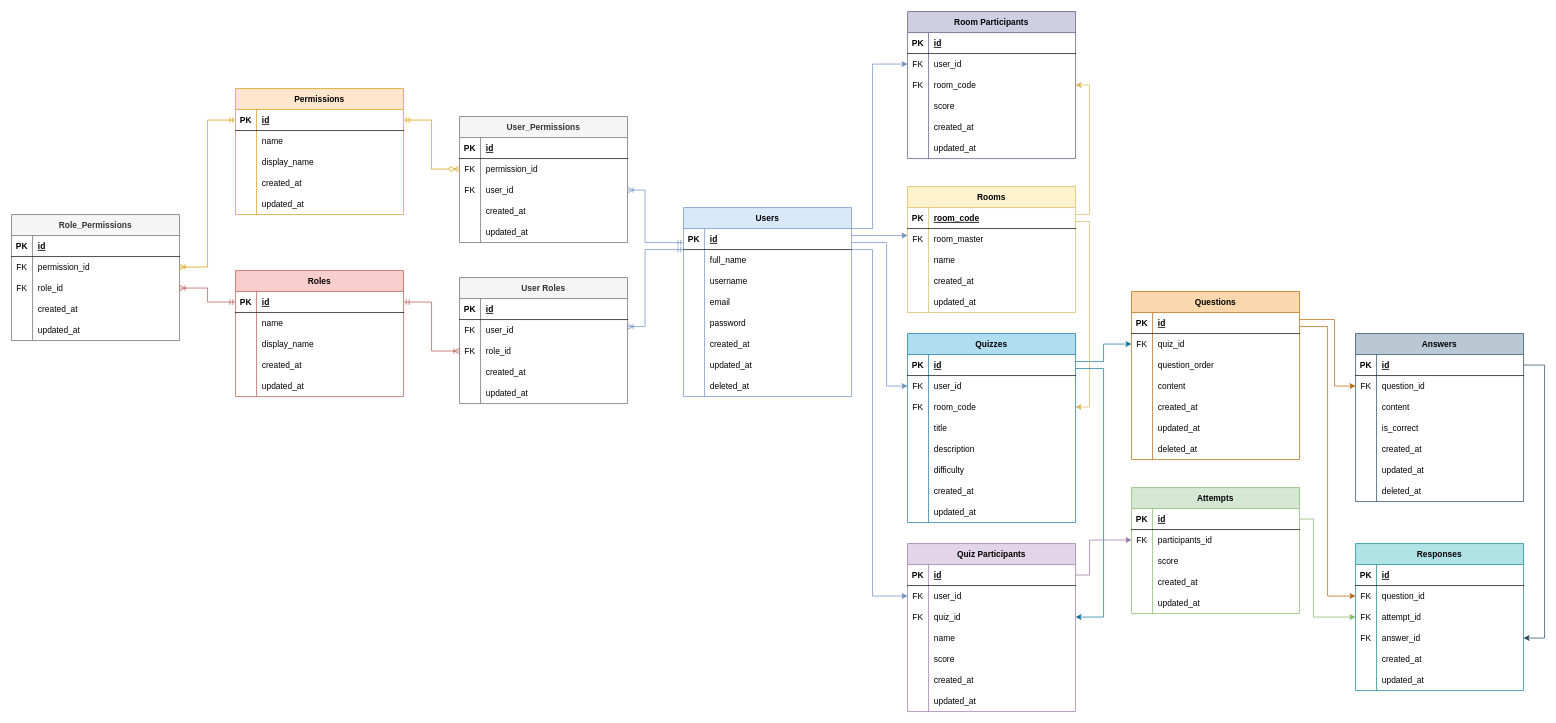
This is page "Main-Table" (1 of 2) of databases/erd.drawio from DzakiyDzakwan/Quiz-Application-API, a draw.io file, before an edit. Source tidied: cells renumbered, new cells numbered last; positions are measured from the earlier drawing's top-left corner, leaving out a move shared by most shapes. Both pictures are drawn from the tidied source at 70%, with x=0, y=0 at pixel (11, 11).
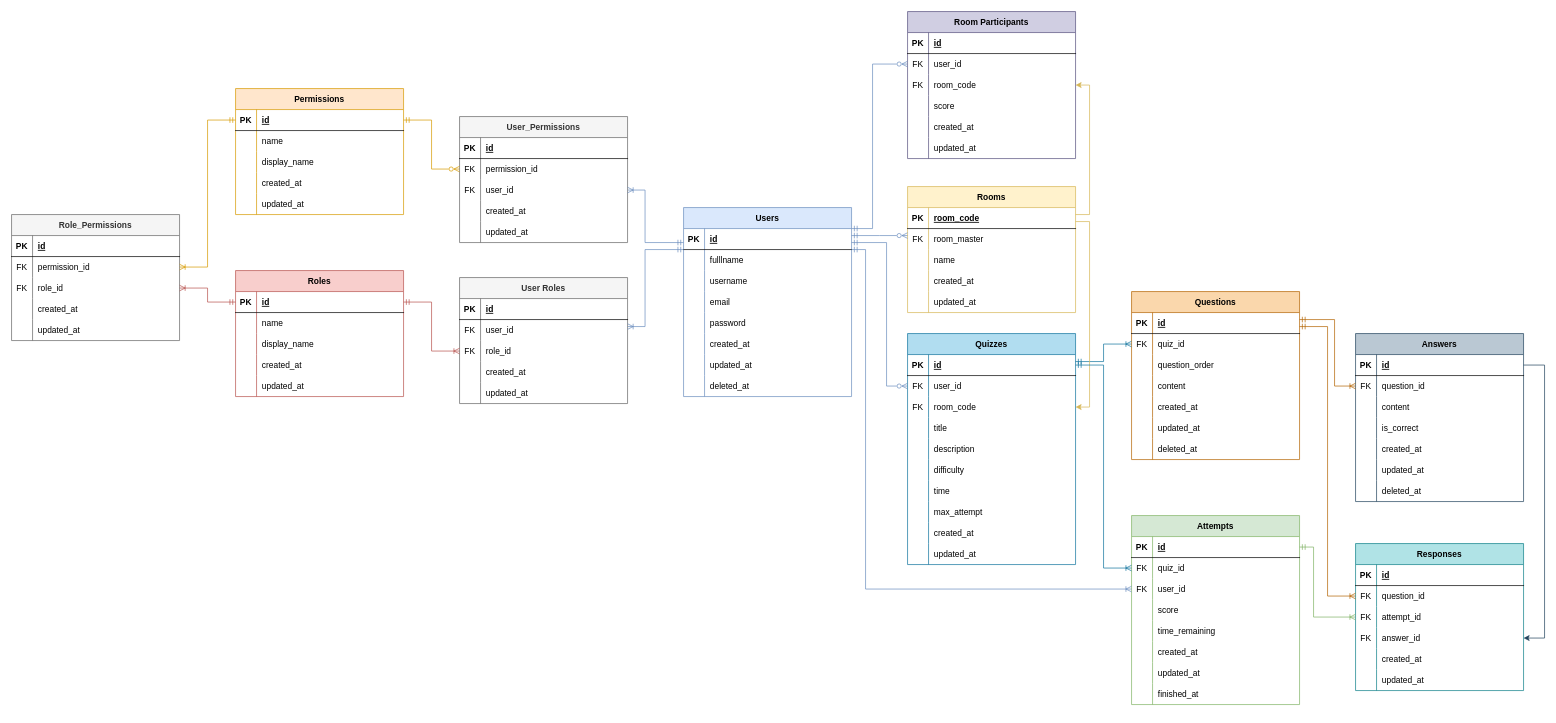
After the change.

The change refers to these unchanged cells:
```xml
<mxCell id="3" style="shape=partialRectangle;fillColor=none;points=[[0,0.5],[1,0.5]];portConstraint=eastwest;top=0;left=0;right=0;bottom=1;" parent="2" vertex="1">
  <mxGeometry y="30" width="240" height="30" as="geometry" />
</mxCell>
<mxCell id="6" style="shape=partialRectangle;fillColor=none;top=0;left=0;right=0;bottom=0;" parent="2" vertex="1">
  <mxGeometry y="60" width="240" height="30" as="geometry" />
</mxCell>
<mxCell id="28" style="shape=partialRectangle;fillColor=none;points=[[0,0.5],[1,0.5]];portConstraint=eastwest;top=0;left=0;right=0;bottom=1;" parent="27" vertex="1">
  <mxGeometry y="30" width="240" height="30" as="geometry" />
</mxCell>
<mxCell id="31" style="shape=partialRectangle;fillColor=none;points=[[0,0.5],[1,0.5]];portConstraint=eastwest;top=0;left=0;right=0;bottom=0;" parent="27" vertex="1">
  <mxGeometry y="60" width="240" height="30" as="geometry" />
</mxCell>
<mxCell id="50" style="shape=partialRectangle;fillColor=none;points=[[0,0.5],[1,0.5]];portConstraint=eastwest;top=0;left=0;right=0;bottom=1;" parent="49" vertex="1">
  <mxGeometry y="30" width="240" height="30" as="geometry" />
</mxCell>
<mxCell id="53" style="shape=partialRectangle;fillColor=none;points=[[0,0.5],[1,0.5]];portConstraint=eastwest;top=0;left=0;right=0;bottom=0;" parent="49" vertex="1">
  <mxGeometry y="60" width="240" height="30" as="geometry" />
</mxCell>
<mxCell id="78" style="shape=partialRectangle;fillColor=none;points=[[0,0.5],[1,0.5]];portConstraint=eastwest;top=0;left=0;right=0;bottom=0;" parent="74" vertex="1">
  <mxGeometry y="60" width="240" height="30" as="geometry" />
</mxCell>
<mxCell id="97" style="shape=partialRectangle;fillColor=none;points=[[0,0.5],[1,0.5]];portConstraint=eastwest;top=0;left=0;right=0;bottom=1;" parent="96" vertex="1">
  <mxGeometry y="30" width="240" height="30" as="geometry" />
</mxCell>
<mxCell id="116" style="shape=partialRectangle;fillColor=none;points=[[0,0.5],[1,0.5]];portConstraint=eastwest;top=0;left=0;right=0;bottom=0;" parent="112" vertex="1">
  <mxGeometry y="60" width="240" height="30" as="geometry" />
</mxCell>
<mxCell id="119" style="shape=partialRectangle;fillColor=none;points=[[0,0.5],[1,0.5]];portConstraint=eastwest;top=0;left=0;right=0;bottom=0;" parent="112" vertex="1">
  <mxGeometry y="90" width="240" height="30" as="geometry" />
</mxCell>
<mxCell id="243" style="shape=partialRectangle;fillColor=none;points=[[0,0.5],[1,0.5]];portConstraint=eastwest;top=0;left=0;right=0;bottom=0;" parent="239" vertex="1">
  <mxGeometry y="60" width="240" height="30" as="geometry" />
</mxCell>
<mxCell id="259" style="shape=partialRectangle;fillColor=none;points=[[0,0.5],[1,0.5]];portConstraint=eastwest;top=0;left=0;right=0;bottom=0;" parent="255" vertex="1">
  <mxGeometry y="60" width="240" height="30" as="geometry" />
</mxCell>
```

Diff of the diagram source:
```diff
@@
-    <mxCell id="8" value="full_name" style="shape=partialRectangle;overflow=hidden;fillColor=none;top=0;left=0;bottom=0;right=0;align=left;spacingLeft=6;" parent="6" vertex="1">
+    <mxCell id="8" value="fulllname" style="shape=partialRectangle;overflow=hidden;fillColor=none;top=0;left=0;bottom=0;right=0;align=left;spacingLeft=6;" parent="6" vertex="1">
       <mxGeometry x="30" width="210" height="30" as="geometry" />
     </mxCell>
@@
     <mxCell id="49" value="Quizzes" style="shape=table;startSize=30;childLayout=tableLayout;rowLines=0;fontStyle=1;align=center;fillColor=#b1ddf0;strokeColor=#10739e;" parent="1" vertex="1">
-      <mxGeometry x="1280" y="460" width="240" height="270" as="geometry" />
+      <mxGeometry x="1280" y="460" width="240" height="330" as="geometry" />
     </mxCell>
@@
+    <mxCell id="214" style="shape=partialRectangle;fillColor=none;top=0;left=0;right=0;bottom=0;" parent="49" vertex="1">
+      <mxGeometry y="210" width="240" height="30" as="geometry" />
+    </mxCell>
+    <mxCell id="287" style="shape=partialRectangle;overflow=hidden;fillColor=none;top=0;left=0;bottom=0;right=0;" parent="214" vertex="1">
+      <mxGeometry width="30" height="30" as="geometry" />
+    </mxCell>
+    <mxCell id="288" value="time" style="shape=partialRectangle;overflow=hidden;fillColor=none;top=0;left=0;bottom=0;right=0;align=left;spacingLeft=6;" parent="214" vertex="1">
+      <mxGeometry x="30" width="210" height="30" as="geometry" />
+    </mxCell>
+    <mxCell id="289" style="shape=partialRectangle;fillColor=none;top=0;left=0;right=0;bottom=0;" parent="49" vertex="1">
+      <mxGeometry y="240" width="240" height="30" as="geometry" />
+    </mxCell>
+    <mxCell id="290" style="shape=partialRectangle;overflow=hidden;fillColor=none;top=0;left=0;bottom=0;right=0;" parent="289" vertex="1">
+      <mxGeometry width="30" height="30" as="geometry" />
+    </mxCell>
+    <mxCell id="291" value="max_attempt" style="shape=partialRectangle;overflow=hidden;fillColor=none;top=0;left=0;bottom=0;right=0;align=left;spacingLeft=6;" parent="289" vertex="1">
+      <mxGeometry x="30" width="210" height="30" as="geometry" />
+    </mxCell>
     <mxCell id="68" style="shape=partialRectangle;fillColor=none;top=0;left=0;right=0;bottom=0;" parent="49" vertex="1">
-      <mxGeometry y="210" width="240" height="30" as="geometry" />
+      <mxGeometry y="270" width="240" height="30" as="geometry" />
     </mxCell>
@@
     <mxCell id="71" style="shape=partialRectangle;fillColor=none;top=0;left=0;right=0;bottom=0;" parent="49" vertex="1">
-      <mxGeometry y="240" width="240" height="30" as="geometry" />
+      <mxGeometry y="300" width="240" height="30" as="geometry" />
     </mxCell>
@@
     <mxCell id="96" value="Attempts" style="shape=table;startSize=30;childLayout=tableLayout;rowLines=0;fontStyle=1;align=center;fillColor=#d5e8d4;strokeColor=#82b366;" parent="1" vertex="1">
-      <mxGeometry x="1600" y="680" width="240" height="180" as="geometry" />
+      <mxGeometry x="1600" y="720" width="240" height="270" as="geometry" />
     </mxCell>
@@
+    <mxCell id="199" style="shape=partialRectangle;fillColor=none;points=[[0,0.5],[1,0.5]];portConstraint=eastwest;top=0;left=0;right=0;bottom=0;" parent="96" vertex="1">
+      <mxGeometry y="60" width="240" height="30" as="geometry" />
+    </mxCell>
+    <mxCell id="292" value="FK" style="shape=partialRectangle;overflow=hidden;fillColor=none;top=0;left=0;bottom=0;right=0;" parent="199" vertex="1">
+      <mxGeometry width="30" height="30" as="geometry" />
+    </mxCell>
+    <mxCell id="204" value="quiz_id" style="shape=partialRectangle;overflow=hidden;fillColor=none;top=0;left=0;bottom=0;right=0;align=left;spacingLeft=6;" parent="199" vertex="1">
+      <mxGeometry x="30" width="210" height="30" as="geometry" />
+    </mxCell>
     <mxCell id="100" style="shape=partialRectangle;fillColor=none;points=[[0,0.5],[1,0.5]];portConstraint=eastwest;top=0;left=0;right=0;bottom=0;" parent="96" vertex="1">
-      <mxGeometry y="60" width="240" height="30" as="geometry" />
+      <mxGeometry y="90" width="240" height="30" as="geometry" />
     </mxCell>
@@
-    <mxCell id="102" value="participants_id" style="shape=partialRectangle;overflow=hidden;fillColor=none;top=0;left=0;bottom=0;right=0;align=left;spacingLeft=6;" parent="100" vertex="1">
+    <mxCell id="102" value="user_id" style="shape=partialRectangle;overflow=hidden;fillColor=none;top=0;left=0;bottom=0;right=0;align=left;spacingLeft=6;" parent="100" vertex="1">
       <mxGeometry x="30" width="210" height="30" as="geometry" />
     </mxCell>
     <mxCell id="103" style="shape=partialRectangle;fillColor=none;top=0;left=0;right=0;bottom=0;" parent="96" vertex="1">
-      <mxGeometry y="90" width="240" height="30" as="geometry" />
+      <mxGeometry y="120" width="240" height="30" as="geometry" />
     </mxCell>
@@
+    <mxCell id="208" style="shape=partialRectangle;fillColor=none;top=0;left=0;right=0;bottom=0;" parent="96" vertex="1">
+      <mxGeometry y="150" width="240" height="30" as="geometry" />
+    </mxCell>
+    <mxCell id="293" style="shape=partialRectangle;overflow=hidden;fillColor=none;top=0;left=0;bottom=0;right=0;" parent="208" vertex="1">
+      <mxGeometry width="30" height="30" as="geometry" />
+    </mxCell>
+    <mxCell id="294" value="time_remaining" style="shape=partialRectangle;overflow=hidden;fillColor=none;top=0;left=0;bottom=0;right=0;align=left;spacingLeft=6;" parent="208" vertex="1">
+      <mxGeometry x="30" width="210" height="30" as="geometry" />
+    </mxCell>
     <mxCell id="106" style="shape=partialRectangle;fillColor=none;top=0;left=0;right=0;bottom=0;" parent="96" vertex="1">
-      <mxGeometry y="120" width="240" height="30" as="geometry" />
+      <mxGeometry y="180" width="240" height="30" as="geometry" />
     </mxCell>
@@
     <mxCell id="109" style="shape=partialRectangle;fillColor=none;top=0;left=0;right=0;bottom=0;" parent="96" vertex="1">
-      <mxGeometry y="150" width="240" height="30" as="geometry" />
+      <mxGeometry y="210" width="240" height="30" as="geometry" />
     </mxCell>
@@
+    <mxCell id="295" style="shape=partialRectangle;fillColor=none;top=0;left=0;right=0;bottom=0;" parent="96" vertex="1">
+      <mxGeometry y="240" width="240" height="30" as="geometry" />
+    </mxCell>
+    <mxCell id="296" style="shape=partialRectangle;overflow=hidden;fillColor=none;top=0;left=0;bottom=0;right=0;" parent="295" vertex="1">
+      <mxGeometry width="30" height="30" as="geometry" />
+    </mxCell>
+    <mxCell id="297" value="finished_at" style="shape=partialRectangle;overflow=hidden;fillColor=none;top=0;left=0;bottom=0;right=0;align=left;spacingLeft=6;" parent="295" vertex="1">
+      <mxGeometry x="30" width="210" height="30" as="geometry" />
+    </mxCell>
@@
-    <mxCell id="195" value="Quiz Participants" style="shape=table;startSize=30;childLayout=tableLayout;rowLines=0;fontStyle=1;align=center;fillColor=#e1d5e7;strokeColor=#9673a6;" parent="1" vertex="1">
-      <mxGeometry x="1280" y="760" width="240" height="240" as="geometry" />
-    </mxCell>
-    <mxCell id="196" style="shape=partialRectangle;fillColor=none;points=[[0,0.5],[1,0.5]];portConstraint=eastwest;top=0;left=0;right=0;bottom=1;" parent="195" vertex="1">
-      <mxGeometry y="30" width="240" height="30" as="geometry" />
-    </mxCell>
-    <mxCell id="197" value="PK" style="shape=partialRectangle;overflow=hidden;fillColor=none;top=0;left=0;bottom=0;right=0;fontStyle=1;" parent="196" vertex="1">
-      <mxGeometry width="30" height="30" as="geometry" />
-    </mxCell>
-    <mxCell id="198" value="id" style="shape=partialRectangle;overflow=hidden;fillColor=none;top=0;left=0;bottom=0;right=0;align=left;spacingLeft=6;fontStyle=5;" parent="196" vertex="1">
-      <mxGeometry x="30" width="210" height="30" as="geometry" />
-    </mxCell>
-    <mxCell id="199" style="shape=partialRectangle;fillColor=none;points=[[0,0.5],[1,0.5]];portConstraint=eastwest;top=0;left=0;right=0;bottom=0;" parent="195" vertex="1">
-      <mxGeometry y="60" width="240" height="30" as="geometry" />
-    </mxCell>
-    <mxCell id="200" value="FK" style="shape=partialRectangle;overflow=hidden;fillColor=none;top=0;left=0;bottom=0;right=0;" parent="199" vertex="1">
-      <mxGeometry width="30" height="30" as="geometry" />
-    </mxCell>
-    <mxCell id="201" value="user_id" style="shape=partialRectangle;overflow=hidden;fillColor=none;top=0;left=0;bottom=0;right=0;align=left;spacingLeft=6;" parent="199" vertex="1">
-      <mxGeometry x="30" width="210" height="30" as="geometry" />
-    </mxCell>
-    <mxCell id="202" style="shape=partialRectangle;fillColor=none;points=[[0,0.5],[1,0.5]];portConstraint=eastwest;top=0;left=0;right=0;bottom=0;" parent="195" vertex="1">
-      <mxGeometry y="90" width="240" height="30" as="geometry" />
-    </mxCell>
-    <mxCell id="203" value="FK" style="shape=partialRectangle;overflow=hidden;fillColor=none;top=0;left=0;bottom=0;right=0;" parent="202" vertex="1">
-      <mxGeometry width="30" height="30" as="geometry" />
-    </mxCell>
-    <mxCell id="204" value="quiz_id" style="shape=partialRectangle;overflow=hidden;fillColor=none;top=0;left=0;bottom=0;right=0;align=left;spacingLeft=6;" parent="202" vertex="1">
-      <mxGeometry x="30" width="210" height="30" as="geometry" />
-    </mxCell>
-    <mxCell id="205" style="shape=partialRectangle;fillColor=none;top=0;left=0;right=0;bottom=0;" parent="195" vertex="1">
-      <mxGeometry y="120" width="240" height="30" as="geometry" />
-    </mxCell>
-    <mxCell id="206" style="shape=partialRectangle;overflow=hidden;fillColor=none;top=0;left=0;bottom=0;right=0;" parent="205" vertex="1">
-      <mxGeometry width="30" height="30" as="geometry" />
-    </mxCell>
-    <mxCell id="207" value="name" style="shape=partialRectangle;overflow=hidden;fillColor=none;top=0;left=0;bottom=0;right=0;align=left;spacingLeft=6;" parent="205" vertex="1">
-      <mxGeometry x="30" width="210" height="30" as="geometry" />
-    </mxCell>
-    <mxCell id="208" style="shape=partialRectangle;fillColor=none;top=0;left=0;right=0;bottom=0;" parent="195" vertex="1">
-      <mxGeometry y="150" width="240" height="30" as="geometry" />
-    </mxCell>
-    <mxCell id="209" style="shape=partialRectangle;overflow=hidden;fillColor=none;top=0;left=0;bottom=0;right=0;" parent="208" vertex="1">
-      <mxGeometry width="30" height="30" as="geometry" />
-    </mxCell>
-    <mxCell id="210" value="score" style="shape=partialRectangle;overflow=hidden;fillColor=none;top=0;left=0;bottom=0;right=0;align=left;spacingLeft=6;" parent="208" vertex="1">
-      <mxGeometry x="30" width="210" height="30" as="geometry" />
-    </mxCell>
-    <mxCell id="211" style="shape=partialRectangle;fillColor=none;top=0;left=0;right=0;bottom=0;" parent="195" vertex="1">
-      <mxGeometry y="180" width="240" height="30" as="geometry" />
-    </mxCell>
-    <mxCell id="212" style="shape=partialRectangle;overflow=hidden;fillColor=none;top=0;left=0;bottom=0;right=0;" parent="211" vertex="1">
-      <mxGeometry width="30" height="30" as="geometry" />
-    </mxCell>
-    <mxCell id="213" value="created_at" style="shape=partialRectangle;overflow=hidden;fillColor=none;top=0;left=0;bottom=0;right=0;align=left;spacingLeft=6;" parent="211" vertex="1">
-      <mxGeometry x="30" width="210" height="30" as="geometry" />
-    </mxCell>
-    <mxCell id="214" style="shape=partialRectangle;fillColor=none;top=0;left=0;right=0;bottom=0;" parent="195" vertex="1">
-      <mxGeometry y="210" width="240" height="30" as="geometry" />
-    </mxCell>
-    <mxCell id="215" style="shape=partialRectangle;overflow=hidden;fillColor=none;top=0;left=0;bottom=0;right=0;" parent="214" vertex="1">
-      <mxGeometry width="30" height="30" as="geometry" />
-    </mxCell>
-    <mxCell id="216" value="updated_at" style="shape=partialRectangle;overflow=hidden;fillColor=none;top=0;left=0;bottom=0;right=0;align=left;spacingLeft=6;" parent="214" vertex="1">
-      <mxGeometry x="30" width="210" height="30" as="geometry" />
-    </mxCell>
@@
-    <mxCell id="274" style="edgeStyle=orthogonalEdgeStyle;rounded=0;jettySize=auto;html=1;fillColor=#dae8fc;strokeColor=#6c8ebf;" parent="1" edge="1" source="3" target="243">
+    <mxCell id="274" style="edgeStyle=orthogonalEdgeStyle;rounded=0;jettySize=auto;html=1;fillColor=#dae8fc;strokeColor=#6c8ebf;startArrow=ERmandOne;startFill=0;endArrow=ERzeroToMany;endFill=0;" parent="1" edge="1" source="3" target="243">
       <mxGeometry relative="1" as="geometry">
         <Array as="points">
           <mxPoint x="1240" y="320" />
           <mxPoint x="1240" y="320" />
         </Array>
       </mxGeometry>
     </mxCell>
-    <mxCell id="275" style="edgeStyle=orthogonalEdgeStyle;rounded=0;jettySize=auto;html=1;fillColor=#dae8fc;strokeColor=#6c8ebf;" parent="1" edge="1" source="3" target="53">
+    <mxCell id="275" style="edgeStyle=orthogonalEdgeStyle;rounded=0;jettySize=auto;html=1;fillColor=#dae8fc;strokeColor=#6c8ebf;startArrow=ERmandOne;startFill=0;endArrow=ERzeroToMany;endFill=0;" parent="1" edge="1" source="3" target="53">
       <mxGeometry relative="1" as="geometry">
         <Array as="points">
           <mxPoint x="1250" y="330" />
           <mxPoint x="1250" y="535" />
         </Array>
       </mxGeometry>
     </mxCell>
-    <mxCell id="276" style="edgeStyle=orthogonalEdgeStyle;rounded=0;jettySize=auto;html=1;fillColor=#dae8fc;strokeColor=#6c8ebf;" parent="1" edge="1" source="3" target="259">
+    <mxCell id="276" style="edgeStyle=orthogonalEdgeStyle;rounded=0;jettySize=auto;html=1;fillColor=#dae8fc;strokeColor=#6c8ebf;endArrow=ERzeroToMany;endFill=0;startArrow=ERmandOne;startFill=0;" parent="1" edge="1" source="3" target="259">
       <mxGeometry relative="1" as="geometry">
         <Array as="points">
           <mxPoint x="1230" y="310" />
           <mxPoint x="1230" y="75" />
         </Array>
       </mxGeometry>
     </mxCell>
-    <mxCell id="277" style="edgeStyle=orthogonalEdgeStyle;rounded=0;jettySize=auto;html=1;fillColor=#dae8fc;strokeColor=#6c8ebf;" parent="1" edge="1" source="3" target="199">
-      <mxGeometry relative="1" as="geometry">
-        <Array as="points">
-          <mxPoint x="1230" y="340" />
-          <mxPoint x="1230" y="835" />
-        </Array>
-      </mxGeometry>
-    </mxCell>
@@
-    <mxCell id="279" style="edgeStyle=orthogonalEdgeStyle;rounded=0;jettySize=auto;html=1;fillColor=#b1ddf0;strokeColor=#10739e;" parent="1" edge="1" source="50" target="31">
+    <mxCell id="279" style="edgeStyle=orthogonalEdgeStyle;rounded=0;jettySize=auto;html=1;fillColor=#b1ddf0;strokeColor=#10739e;startArrow=ERmandOne;startFill=0;endArrow=ERoneToMany;endFill=0;" parent="1" edge="1" source="50" target="31">
       <mxGeometry relative="1" as="geometry">
         <Array as="points">
           <mxPoint x="1560" y="500" />
           <mxPoint x="1560" y="475" />
         </Array>
       </mxGeometry>
     </mxCell>
@@
-    <mxCell id="281" style="edgeStyle=orthogonalEdgeStyle;rounded=0;jettySize=auto;html=1;fillColor=#b1ddf0;strokeColor=#10739e;" parent="1" edge="1" source="50" target="202">
-      <mxGeometry relative="1" as="geometry">
-        <Array as="points">
-          <mxPoint x="1560" y="510" />
-          <mxPoint x="1560" y="865" />
-        </Array>
-      </mxGeometry>
-    </mxCell>
-    <mxCell id="282" style="edgeStyle=orthogonalEdgeStyle;rounded=0;jettySize=auto;html=1;fillColor=#e1d5e7;strokeColor=#9673a6;" parent="1" edge="1" source="196" target="100">
-      <mxGeometry relative="1" as="geometry">
-        <Array as="points">
-          <mxPoint x="1540" y="805" />
-          <mxPoint x="1540" y="755" />
-        </Array>
-      </mxGeometry>
-    </mxCell>
-    <mxCell id="283" style="edgeStyle=orthogonalEdgeStyle;rounded=0;jettySize=auto;html=1;fillColor=#fad7ac;strokeColor=#b46504;" parent="1" edge="1" source="28" target="78">
+    <mxCell id="283" style="edgeStyle=orthogonalEdgeStyle;rounded=0;jettySize=auto;html=1;fillColor=#fad7ac;strokeColor=#b46504;endArrow=ERoneToMany;endFill=0;startArrow=ERmandOne;startFill=0;" parent="1" edge="1" source="28" target="78">
       <mxGeometry relative="1" as="geometry">
         <Array as="points">
           <mxPoint x="1890" y="440" />
           <mxPoint x="1890" y="535" />
         </Array>
       </mxGeometry>
     </mxCell>
-    <mxCell id="284" style="edgeStyle=orthogonalEdgeStyle;rounded=0;jettySize=auto;html=1;fillColor=#fad7ac;strokeColor=#b46504;" parent="1" edge="1" source="28" target="116">
+    <mxCell id="284" style="edgeStyle=orthogonalEdgeStyle;rounded=0;jettySize=auto;html=1;fillColor=#fad7ac;strokeColor=#b46504;endArrow=ERoneToMany;endFill=0;startArrow=ERmandOne;startFill=0;" parent="1" edge="1" source="28" target="116">
       <mxGeometry relative="1" as="geometry">
         <Array as="points">
           <mxPoint x="1880" y="450" />
           <mxPoint x="1880" y="835" />
         </Array>
       </mxGeometry>
     </mxCell>
-    <mxCell id="285" style="edgeStyle=orthogonalEdgeStyle;rounded=0;jettySize=auto;html=1;fillColor=#d5e8d4;strokeColor=#82b366;" parent="1" edge="1" source="97" target="119">
+    <mxCell id="285" style="edgeStyle=orthogonalEdgeStyle;rounded=0;jettySize=auto;html=1;fillColor=#d5e8d4;strokeColor=#82b366;startArrow=ERmandOne;startFill=0;endArrow=ERoneToMany;endFill=0;" parent="1" edge="1" source="97" target="119">
       <mxGeometry relative="1" as="geometry">
         <Array as="points">
-          <mxPoint x="1860" y="725" />
+          <mxPoint x="1860" y="765" />
           <mxPoint x="1860" y="865" />
         </Array>
       </mxGeometry>
     </mxCell>
@@
+    <mxCell id="298" style="edgeStyle=orthogonalEdgeStyle;rounded=0;jettySize=auto;html=1;entryX=0;entryY=0.5;entryDx=0;entryDy=0;fillColor=#b1ddf0;strokeColor=#10739e;startArrow=ERmandOne;startFill=0;endArrow=ERoneToMany;endFill=0;" parent="1" edge="1" source="50" target="199">
+      <mxGeometry relative="1" as="geometry" />
+    </mxCell>
+    <mxCell id="299" style="edgeStyle=orthogonalEdgeStyle;rounded=0;jettySize=auto;html=1;fillColor=#dae8fc;strokeColor=#6c8ebf;endArrow=ERoneToMany;endFill=0;startArrow=ERmandOne;startFill=0;" parent="1" edge="1" source="3" target="100">
+      <mxGeometry relative="1" as="geometry">
+        <Array as="points">
+          <mxPoint x="1220" y="340" />
+          <mxPoint x="1220" y="825" />
+        </Array>
+      </mxGeometry>
+    </mxCell>
```
